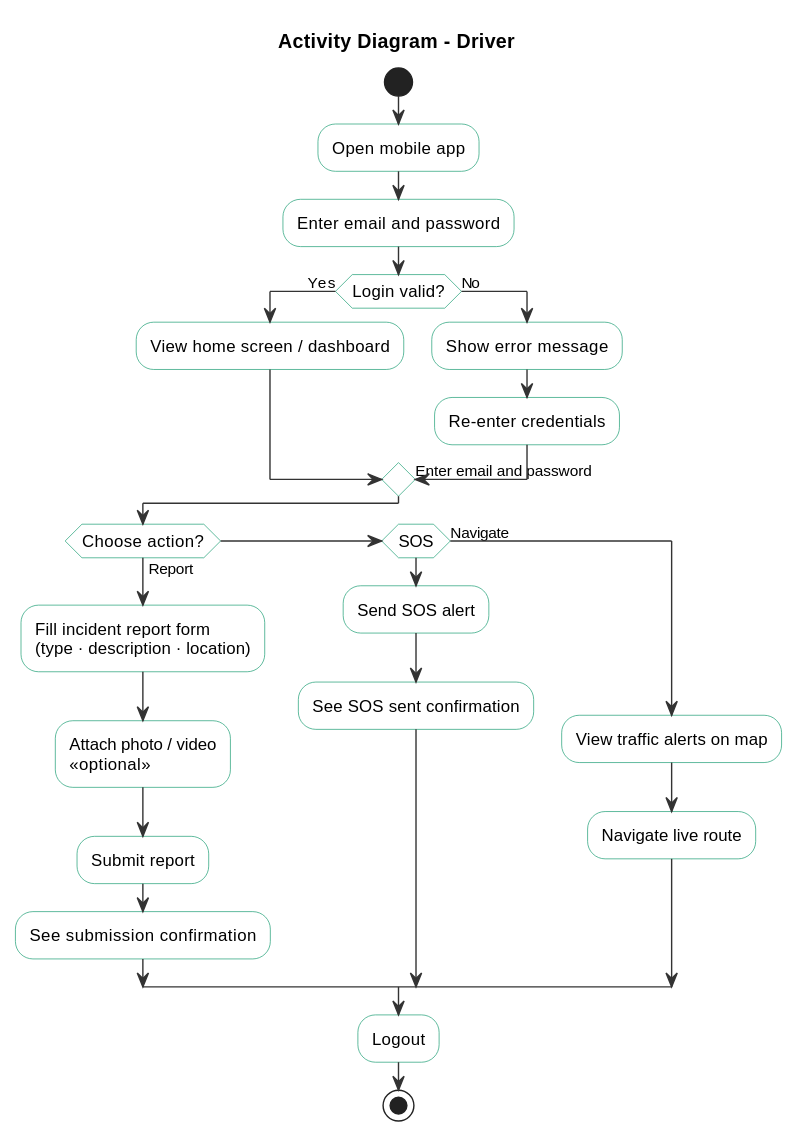
Ali-CTRLS/Traffic-safety-mobile-app keeps this PlantUML diagram as out/Activity-Diagram/Driver/Driver_Activity.svg. Above is the earlier version.
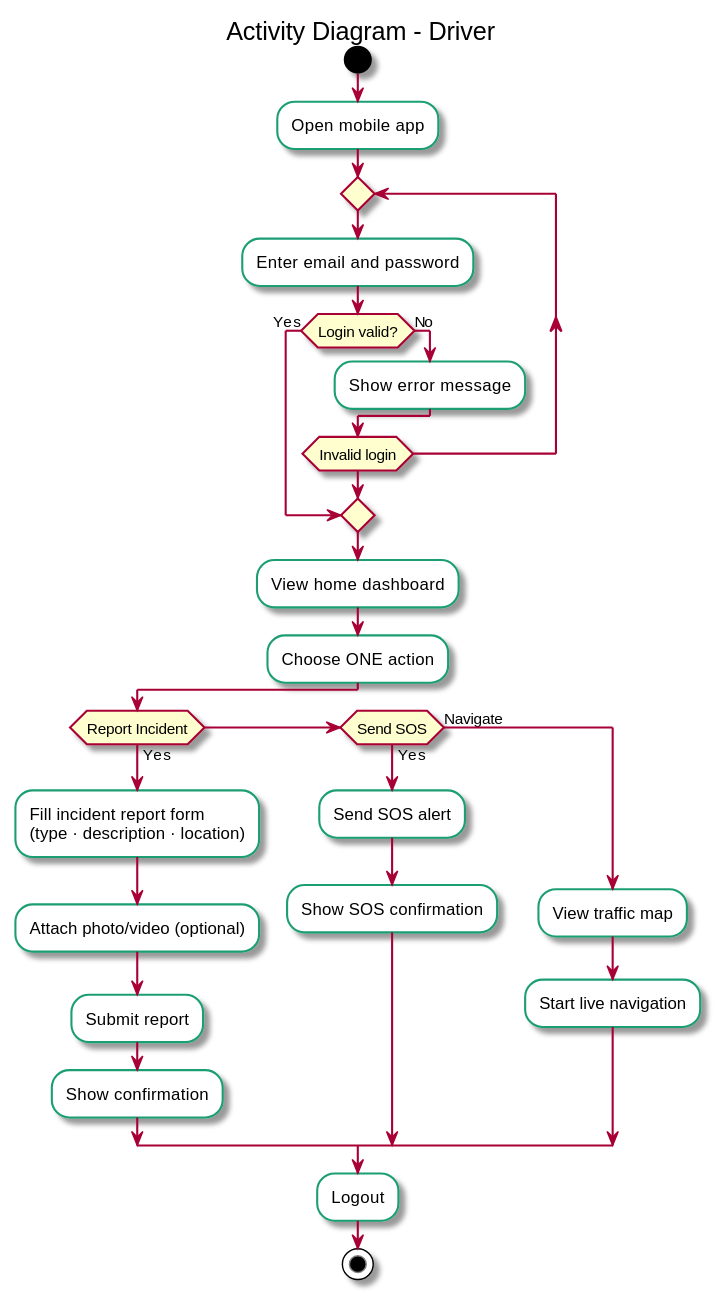
Later version of the same file.

Diff of the diagram source:
```diff
@@ -1,23 +1,11 @@
-@startuml
+@startuml Driver_Activity
+
 skinparam backgroundColor #FFFFFF
 skinparam activity {
   BackgroundColor #FFFFFF
   BorderColor #1D9E75
   FontSize 12
   FontName Arial
-}
-skinparam activityDiamond {
-  BackgroundColor #FFFFFF
-  BorderColor #1D9E75
-}
-skinparam activityStart {
-  Color #222222
-}
-skinparam activityEnd {
-  Color #222222
-}
-skinparam arrow {
-  Color #333333
 }
 
 title Activity Diagram - Driver
@@ -28,29 +16,34 @@
 
 :Open mobile app;
 
-:Enter email and password;
+repeat
+  :Enter email and password;
 
-if (Login valid?) then (Yes)
-  :View home screen / dashboard;
-else (No)
-  :Show error message;
-  :Re-enter credentials;
-  -> Enter email and password;
-endif
+  if (Login valid?) then (Yes)
+    break
+  else (No)
+    :Show error message;
+  endif
 
-if (Choose action?) then (Report)
+repeat while (Invalid login)
+
+:View home dashboard;
+
+:Choose ONE action;
+
+if (Report Incident) then (Yes)
   :Fill incident report form\n(type · description · location);
-  :Attach photo / video\n«optional»;
+  :Attach photo/video (optional);
   :Submit report;
-  :See submission confirmation;
+  :Show confirmation;
 
-elseif (SOS)
+elseif (Send SOS) then (Yes)
   :Send SOS alert;
-  :See SOS sent confirmation;
+  :Show SOS confirmation;
 
 else (Navigate)
-  :View traffic alerts on map;
-  :Navigate live route;
+  :View traffic map;
+  :Start live navigation;
 
 endif
 
```
